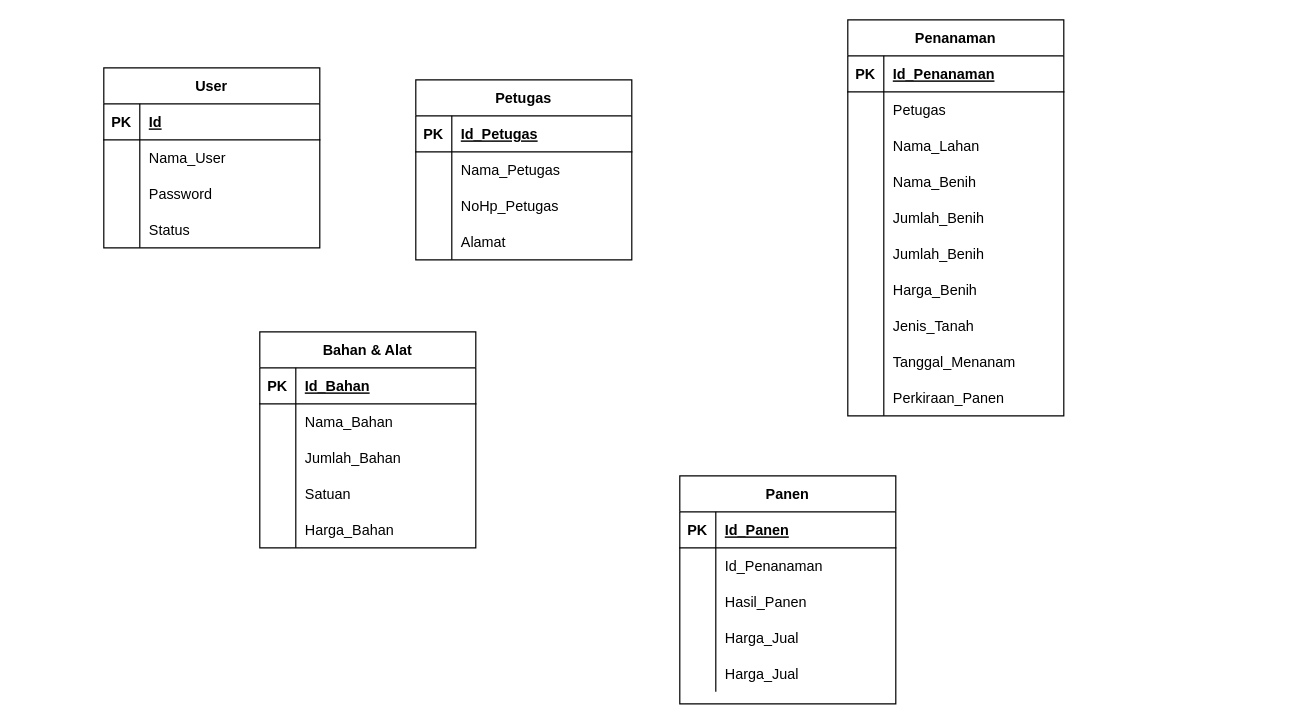
This is pertemuan 3/Pertemuan 3.drawio from ramabhagadhara/IF214002, a draw.io file, before an edit. Source tidied: cells renumbered, new cells numbered last; positions are measured from the earlier drawing's top-left corner, leaving out a move shared by most shapes. Both pictures are drawn from the tidied source at 120%, with x=0, y=0 at pixel (103, 19).
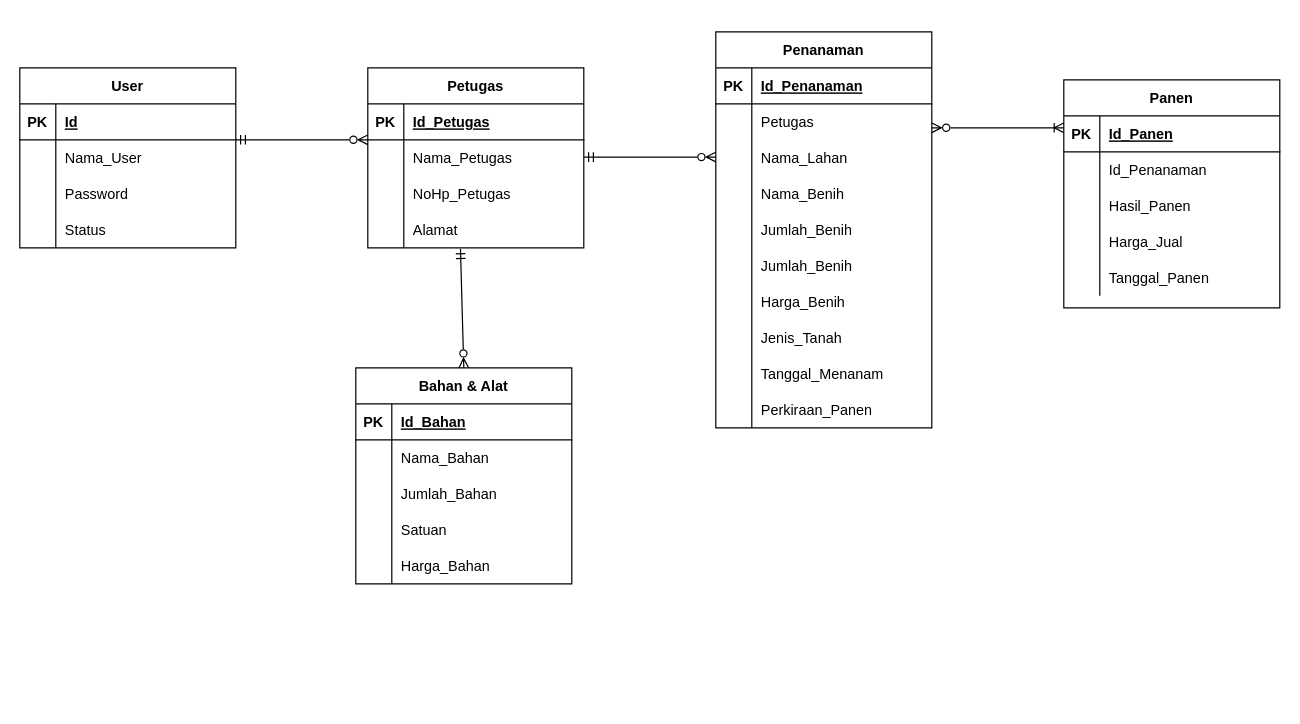
Above is the later version.

Unchanged cells that the change refers to:
```xml
<mxCell id="15" style="shape=tableRow;horizontal=0;startSize=0;swimlaneHead=0;swimlaneBody=0;fillColor=none;top=0;left=0;right=0;bottom=0;" parent="2" vertex="1">
  <mxGeometry y="150" width="180" height="30" as="geometry" />
</mxCell>
<mxCell id="59" style="shape=tableRow;horizontal=0;startSize=0;swimlaneHead=0;swimlaneBody=0;fillColor=none;points=[[0,0.5],[1,0.5]];portConstraint=eastwest;top=0;left=0;right=0;bottom=0;" parent="49" vertex="1">
  <mxGeometry y="120" width="180" height="30" as="geometry" />
</mxCell>
```

The edit, as a diff of the source:
```diff
@@
     <mxCell id="2" value="Panen" style="shape=table;startSize=30;childLayout=tableLayout;rowLines=0;fontStyle=1;align=center;" parent="1" vertex="1">
-      <mxGeometry x="480" y="380" width="180" height="190" as="geometry" />
+      <mxGeometry x="800" y="50" width="180" height="190" as="geometry" />
     </mxCell>
@@
-    <mxCell id="17" value="Harga_Jual" style="shape=partialRectangle;fillColor=none;top=0;left=0;bottom=0;right=0;align=left;spacingLeft=6;overflow=hidden;" parent="15" vertex="1">
+    <mxCell id="17" value="Tanggal_Panen" style="shape=partialRectangle;fillColor=none;top=0;left=0;bottom=0;right=0;align=left;spacingLeft=6;overflow=hidden;" parent="15" vertex="1">
       <mxGeometry x="30" width="150" height="30" as="geometry" />
     </mxCell>
     <mxCell id="18" value="Penanaman" style="shape=table;startSize=30;childLayout=tableLayout;rowLines=0;fontStyle=1;align=center;" parent="1" vertex="1">
-      <mxGeometry x="620" width="180" height="330" as="geometry" />
+      <mxGeometry x="510" y="10" width="180" height="330" as="geometry" />
     </mxCell>
@@
     <mxCell id="49" value="Petugas" style="shape=table;startSize=30;childLayout=tableLayout;rowLines=0;fontStyle=1;align=center;" parent="1" vertex="1">
-      <mxGeometry x="260" y="50" width="180" height="150" as="geometry" />
+      <mxGeometry x="220" y="40" width="180" height="150" as="geometry" />
     </mxCell>
@@
     <mxCell id="62" value="User" style="shape=table;startSize=30;childLayout=tableLayout;rowLines=0;fontStyle=1;align=center;" parent="1" vertex="1">
-      <mxGeometry y="40" width="180" height="150" as="geometry" />
+      <mxGeometry x="-70" y="40" width="180" height="150" as="geometry" />
     </mxCell>
@@
     <mxCell id="75" value="Bahan &amp; Alat" style="shape=table;startSize=30;childLayout=tableLayout;rowLines=0;fontStyle=1;align=center;" parent="1" vertex="1">
-      <mxGeometry x="130" y="260" width="180" height="180" as="geometry" />
+      <mxGeometry x="210" y="290" width="180" height="180" as="geometry" />
     </mxCell>
@@
+    <mxCell id="91" style="endArrow=ERzeroToMany;startArrow=ERmandOne;html=1;rounded=0;startFill=0;endFill=0;" parent="1" edge="1">
+      <mxGeometry relative="1" as="geometry">
+        <mxPoint x="110" y="100" as="sourcePoint" />
+        <mxPoint x="220" y="100" as="targetPoint" />
+      </mxGeometry>
+    </mxCell>
+    <mxCell id="92" style="endArrow=ERzeroToMany;startArrow=ERmandOne;html=1;rounded=0;startFill=0;endFill=0;" parent="1" edge="1">
+      <mxGeometry relative="1" as="geometry">
+        <mxPoint x="400" y="114.4" as="sourcePoint" />
+        <mxPoint x="510" y="114.4" as="targetPoint" />
+      </mxGeometry>
+    </mxCell>
+    <mxCell id="93" style="endArrow=ERoneToMany;startArrow=ERzeroToMany;html=1;rounded=0;startFill=0;endFill=0;" parent="1" edge="1">
+      <mxGeometry relative="1" as="geometry">
+        <mxPoint x="690" y="90" as="sourcePoint" />
+        <mxPoint x="800" y="90" as="targetPoint" />
+      </mxGeometry>
+    </mxCell>
+    <mxCell id="94" style="endArrow=ERzeroToMany;startArrow=ERmandOne;html=1;rounded=0;startFill=0;endFill=0;exitX=0.429;exitY=1.033;exitDx=0;exitDy=0;exitPerimeter=0;entryX=0.5;entryY=0;entryDx=0;entryDy=0;" parent="1" edge="1" source="59" target="75">
+      <mxGeometry relative="1" as="geometry" />
+    </mxCell>
```
